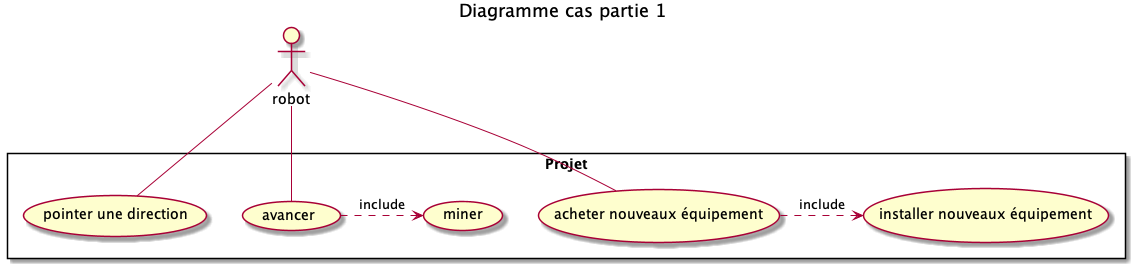
Earlier version of the PlantUML export files/uml/digramCasPart1.png (AlphaBooy/Mars-Robot).
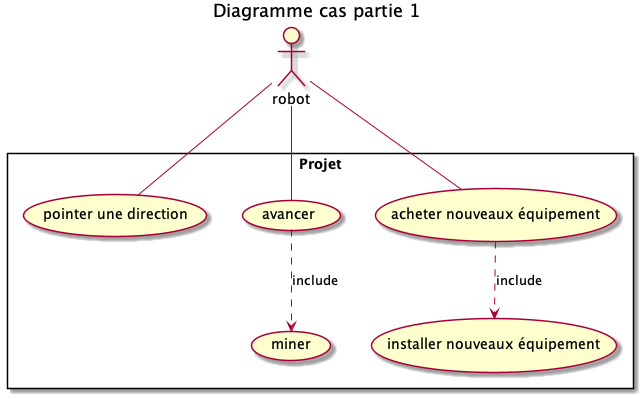
Above is the later version.

Diff of the diagram source:
```diff
@@ -2,14 +2,14 @@
 title Diagramme cas partie 1
 :robot: as robot
 rectangle Projet {
-robot -(pointer une direction)
+robot --(pointer une direction)
 (avancer) as (avancer)
 (miner) as (miner)
-(avancer) .> (miner): include
-robot -(avancer)
+(avancer) ..> (miner): include
+robot --(avancer)
 (acheter nouveaux équipement) as (acheter)
 (installer nouveaux équipement) as (installer)
 robot -- (acheter)
-(acheter) .> (installer): include
+(acheter) ..> (installer): include
 }
 @enduml
```
